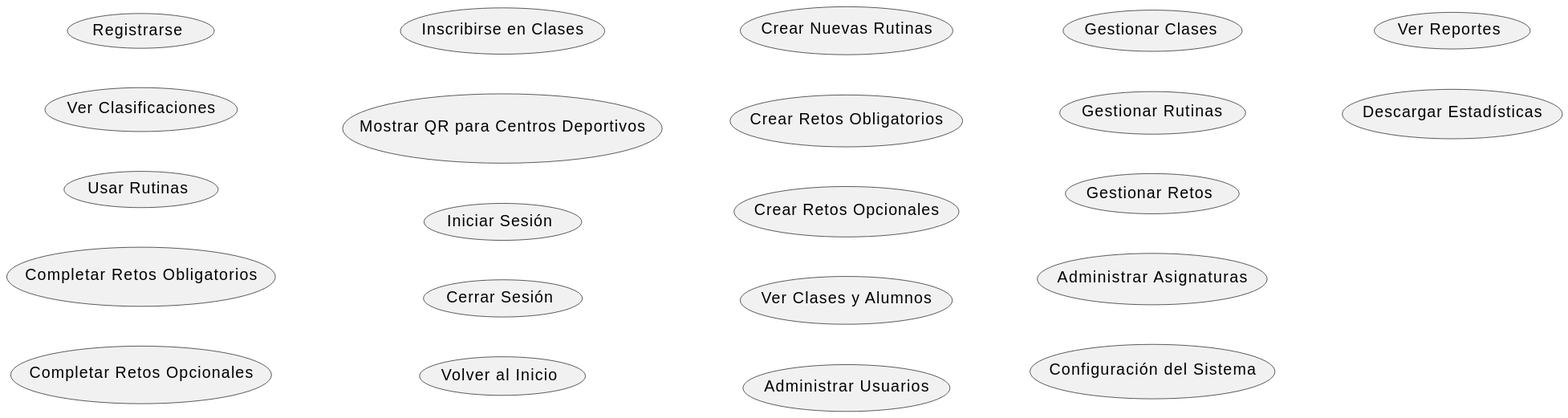
Earlier version of the PlantUML export Documentos/Imagenes/CasosDeUso/CasosDeUso.svg (mmasias/24-25-IdSw1-SDR).
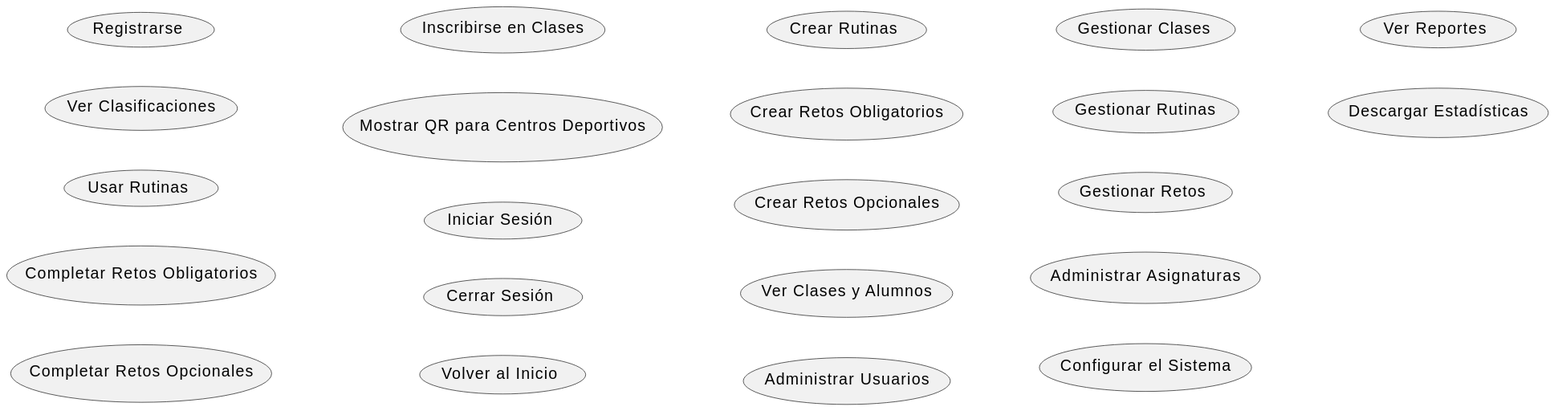
After the change.

The edit, as a diff of the source:
```diff
@@ -13,7 +13,7 @@
 usecase "Cerrar Sesión" as CerrarSesion
 usecase "Volver al Inicio" as VolverInicio
 
-usecase "Crear Nuevas Rutinas" as CrearRutinas
+usecase "Crear Rutinas" as CrearRutinas
 usecase "Crear Retos Obligatorios" as CrearRetosObligatorios
 usecase "Crear Retos Opcionales" as CrearRetosOpcionales
 usecase "Ver Clases y Alumnos" as VerClasesAlumnos
@@ -23,7 +23,7 @@
 usecase "Gestionar Rutinas" as GestionarRutinas
 usecase "Gestionar Retos" as GestionarRetos
 usecase "Administrar Asignaturas" as AdministrarAsignaturas
-usecase "Configuración del Sistema" as ConfigurarSistema
+usecase "Configurar el Sistema" as ConfigurarSistema
 usecase "Ver Reportes" as VerReportes
 usecase "Descargar Estadísticas" as DescargarEstadisticas
 @enduml
```
